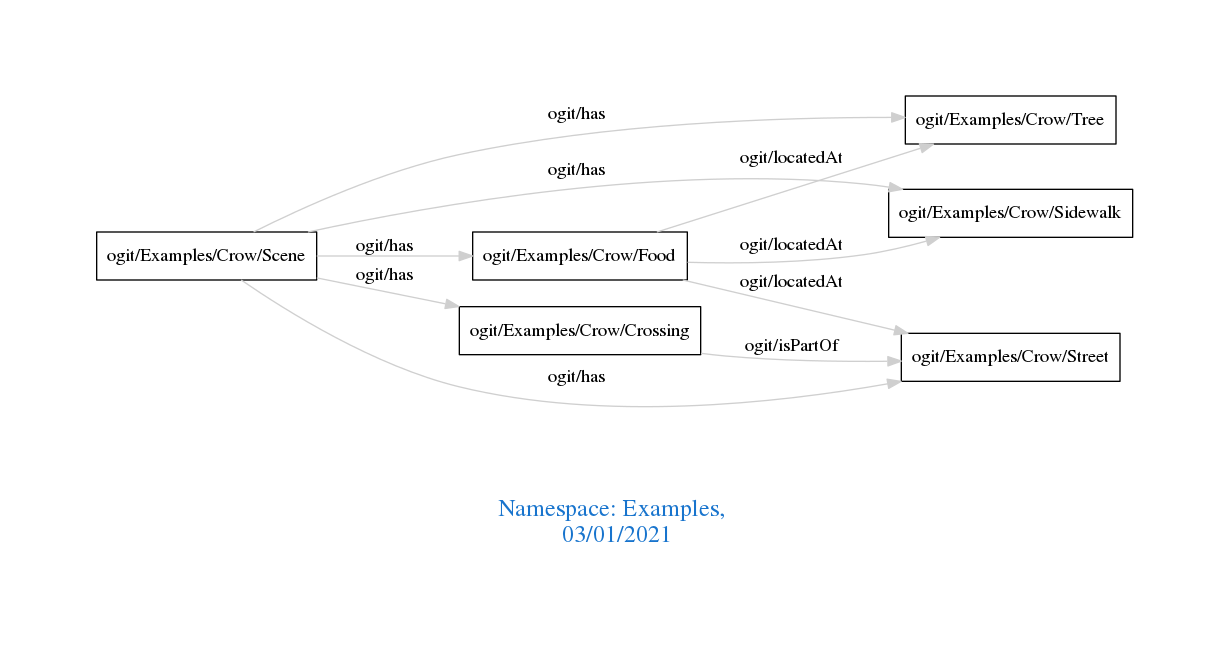
The Graphviz diagram downloads/Examples.png in arago/OGIT, before a commit. Its source is kept beside it as downloads/Examples.dot.
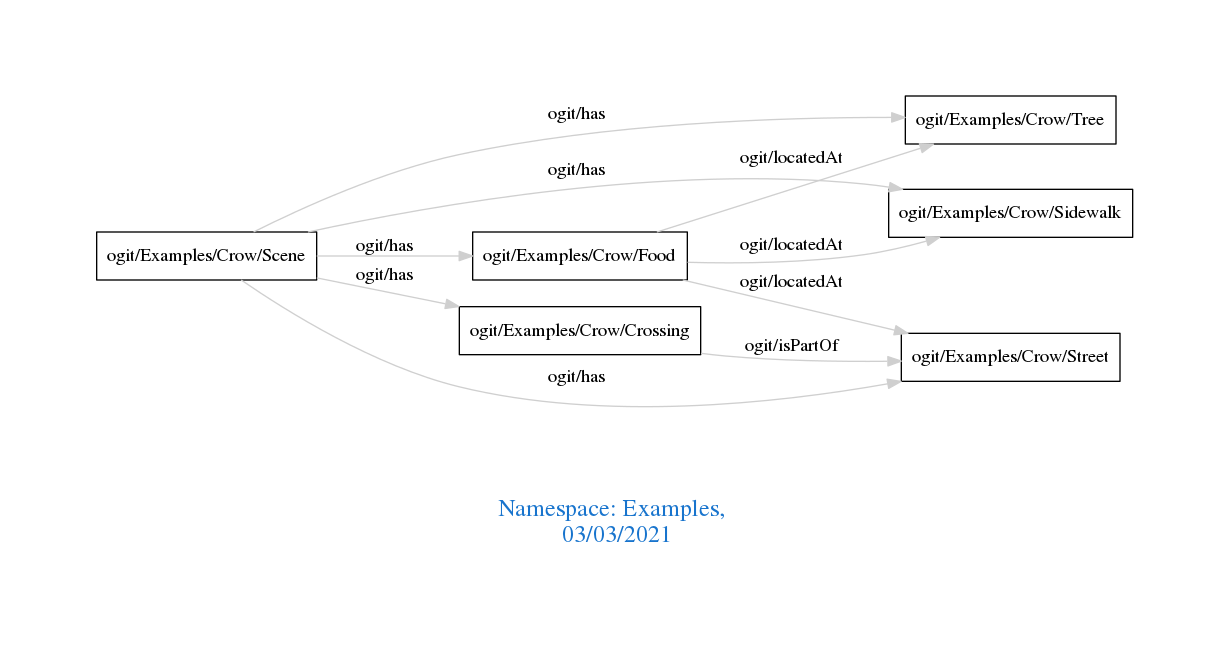
The same diagram one commit later.

Change to the diagram source:
```diff
@@ -1,7 +1,7 @@
 digraph OGIT_ontology {
  graph [ rankdir= LR,pad=1
 fontsize = 18,
-fontcolor= dodgerblue3,label = "\n\n\nNamespace: Examples, \n 03/01/2021"];
+fontcolor= dodgerblue3,label = "\n\n\nNamespace: Examples, \n 03/03/2021"];
 node[shape=polygon];
 edge [  color="gray81"];
 
```
